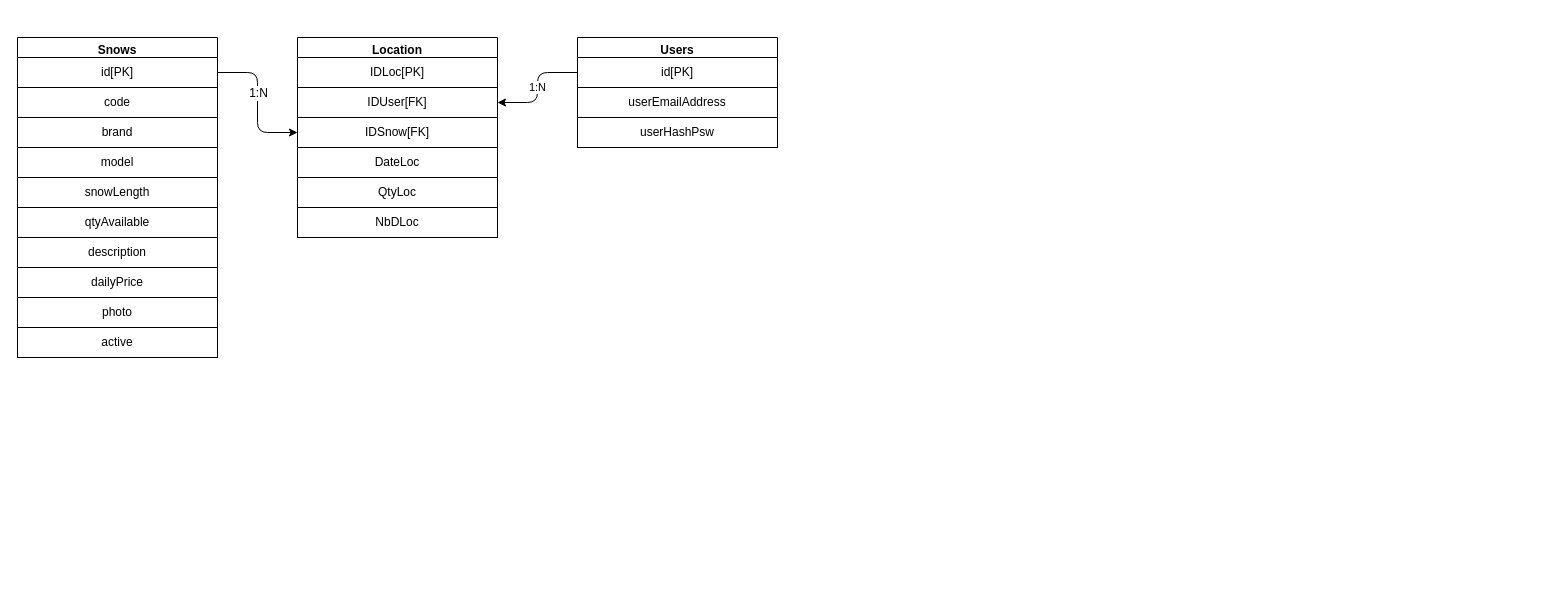
Above: Docu/Sprint 3/MCDLocation.drawio in Havachi/ProjetWEB-DB-LJACorp (draw.io), before the change. Source tidied: cells renumbered, new cells numbered last; positions are measured from the earlier drawing's top-left corner, leaving out a move shared by most shapes. Both pictures are drawn from the tidied source at 100%, with x=0, y=0 at pixel (17, 37).
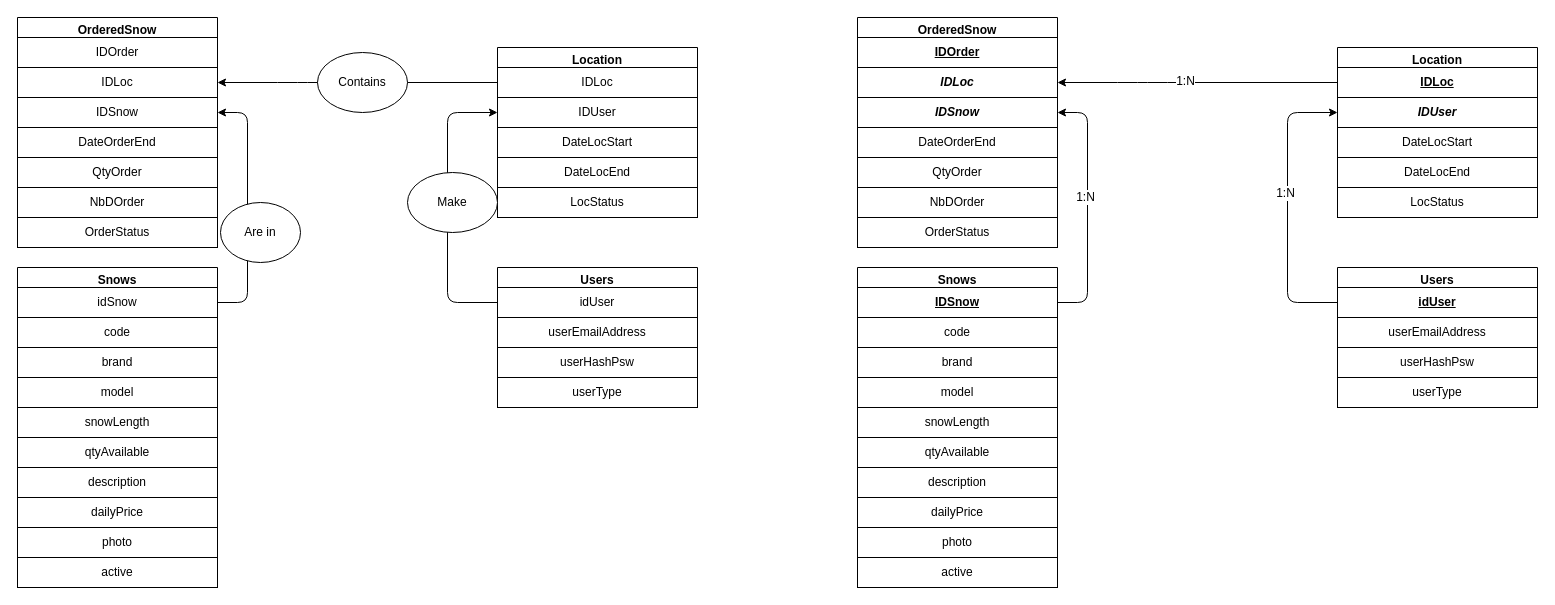
Above is the later version.

Commit message:
MCD-MLD ready for validation

The edit, as a diff of the source:
```diff
@@
     <mxCell id="2" value="Location" style="swimlane;" parent="1" vertex="1">
-      <mxGeometry x="280" width="200" height="200" as="geometry" />
+      <mxGeometry x="480" y="10" width="200" height="170" as="geometry" />
     </mxCell>
-    <mxCell id="3" value="IDLoc[PK]" style="rounded=0;whiteSpace=wrap;html=1;" parent="2" vertex="1">
+    <mxCell id="3" value="IDLoc" style="rounded=0;whiteSpace=wrap;html=1;" parent="2" vertex="1">
       <mxGeometry y="20" width="200" height="30" as="geometry" />
     </mxCell>
-    <mxCell id="4" value="IDUser[FK]" style="rounded=0;whiteSpace=wrap;html=1;" parent="2" vertex="1">
+    <mxCell id="4" value="IDUser" style="rounded=0;whiteSpace=wrap;html=1;" parent="2" vertex="1">
       <mxGeometry y="50" width="200" height="30" as="geometry" />
     </mxCell>
-    <mxCell id="5" value="IDSnow[FK]" style="rounded=0;whiteSpace=wrap;html=1;" parent="2" vertex="1">
-      <mxGeometry y="80" width="200" height="30" as="geometry" />
-    </mxCell>
-    <mxCell id="6" value="DateLoc" style="rounded=0;whiteSpace=wrap;html=1;" parent="2" vertex="1">
-      <mxGeometry y="110" width="200" height="30" as="geometry" />
-    </mxCell>
-    <mxCell id="7" value="QtyLoc" style="rounded=0;whiteSpace=wrap;html=1;" parent="2" vertex="1">
-      <mxGeometry y="140" width="200" height="30" as="geometry" />
-    </mxCell>
-    <mxCell id="8" value="NbDLoc" style="rounded=0;whiteSpace=wrap;html=1;" parent="2" vertex="1">
-      <mxGeometry y="170" width="200" height="30" as="geometry" />
-    </mxCell>
+    <mxCell id="27" value="LocStatus" style="rounded=0;whiteSpace=wrap;html=1;" parent="2" vertex="1">
+      <mxGeometry y="140" width="200" height="30" as="geometry" />
+    </mxCell>
+    <mxCell id="28" value="DateLocStart" style="rounded=0;whiteSpace=wrap;html=1;" parent="2" vertex="1">
+      <mxGeometry y="80" width="200" height="30" as="geometry" />
+    </mxCell>
+    <mxCell id="29" value="DateLocEnd" style="rounded=0;whiteSpace=wrap;html=1;" parent="2" vertex="1">
+      <mxGeometry y="110" width="200" height="30" as="geometry" />
+    </mxCell>
     <mxCell id="9" value="Snows" style="swimlane;" parent="1" vertex="1">
-      <mxGeometry width="200" height="320" as="geometry" />
+      <mxGeometry y="230" width="200" height="320" as="geometry" />
     </mxCell>
-    <mxCell id="10" value="id[PK]" style="rounded=0;whiteSpace=wrap;html=1;" parent="9" vertex="1">
+    <mxCell id="10" value="idSnow" style="rounded=0;whiteSpace=wrap;html=1;" parent="9" vertex="1">
       <mxGeometry y="20" width="200" height="30" as="geometry" />
     </mxCell>
@@
     <mxCell id="20" value="Users" style="swimlane;" parent="1" vertex="1">
-      <mxGeometry x="560" width="200" height="110" as="geometry" />
+      <mxGeometry x="480" y="230" width="200" height="140" as="geometry" />
     </mxCell>
-    <mxCell id="21" value="id[PK]" style="rounded=0;whiteSpace=wrap;html=1;" parent="20" vertex="1">
+    <mxCell id="21" value="idUser" style="rounded=0;whiteSpace=wrap;html=1;" parent="20" vertex="1">
       <mxGeometry y="20" width="200" height="30" as="geometry" />
     </mxCell>
@@
+    <mxCell id="30" value="userType" style="rounded=0;whiteSpace=wrap;html=1;" parent="20" vertex="1">
+      <mxGeometry y="110" width="200" height="30" as="geometry" />
+    </mxCell>
+    <mxCell id="31" value="OrderedSnow" style="swimlane;" parent="1" vertex="1">
+      <mxGeometry y="-20" width="200" height="230" as="geometry" />
+    </mxCell>
+    <mxCell id="8" value="NbDOrder" style="rounded=0;whiteSpace=wrap;html=1;" parent="31" vertex="1">
+      <mxGeometry y="170" width="200" height="30" as="geometry" />
+    </mxCell>
+    <mxCell id="7" value="QtyOrder" style="rounded=0;whiteSpace=wrap;html=1;" parent="31" vertex="1">
+      <mxGeometry y="140" width="200" height="30" as="geometry" />
+    </mxCell>
+    <mxCell id="6" value="DateOrderEnd" style="rounded=0;whiteSpace=wrap;html=1;" parent="31" vertex="1">
+      <mxGeometry y="110" width="200" height="30" as="geometry" />
+    </mxCell>
+    <mxCell id="5" value="IDSnow" style="rounded=0;whiteSpace=wrap;html=1;" parent="31" vertex="1">
+      <mxGeometry y="80" width="200" height="30" as="geometry" />
+    </mxCell>
+    <mxCell id="32" value="IDLoc" style="rounded=0;whiteSpace=wrap;html=1;" parent="31" vertex="1">
+      <mxGeometry y="50" width="200" height="30" as="geometry" />
+    </mxCell>
+    <mxCell id="33" value="IDOrder" style="rounded=0;whiteSpace=wrap;html=1;" parent="31" vertex="1">
+      <mxGeometry y="20" width="200" height="30" as="geometry" />
+    </mxCell>
+    <mxCell id="34" value="OrderStatus" style="rounded=0;whiteSpace=wrap;html=1;" parent="31" vertex="1">
+      <mxGeometry y="200" width="200" height="30" as="geometry" />
+    </mxCell>
-    <mxCell id="24" style="endArrow=classic;html=1;exitX=1;exitY=0.5;exitDx=0;exitDy=0;entryX=0;entryY=0.5;entryDx=0;entryDy=0;edgeStyle=orthogonalEdgeStyle;elbow=vertical;" parent="1" edge="1" source="10" target="5">
-      <mxGeometry relative="1" as="geometry" />
+    <mxCell id="24" style="endArrow=classic;html=1;exitX=1;exitY=0.5;exitDx=0;exitDy=0;entryX=1;entryY=0.5;entryDx=0;entryDy=0;" parent="1" edge="1" source="10" target="5">
+      <mxGeometry relative="1" as="geometry">
+        <Array as="points">
+          <mxPoint x="230" y="265" />
+          <mxPoint x="230" y="75" />
+        </Array>
+      </mxGeometry>
     </mxCell>
-    <mxCell id="25" value="1:N" style="text;html=1;align=center;verticalAlign=middle;labelBackgroundColor=#ffffff;" parent="24" vertex="1">
-      <mxGeometry x="-0.43" y="-7" relative="1" as="geometry">
-        <mxPoint x="7" y="20" as="offset" />
-      </mxGeometry>
-    </mxCell>
+    <mxCell id="35" style="endArrow=classic;html=1;exitX=0;exitY=0.5;exitDx=0;exitDy=0;entryX=1;entryY=0.5;entryDx=0;entryDy=0;" parent="1" edge="1" source="3" target="32">
+      <mxGeometry relative="1" as="geometry">
+        <Array as="points">
+          <mxPoint x="300" y="45" />
+          <mxPoint x="270" y="45" />
+        </Array>
+      </mxGeometry>
+    </mxCell>
-    <mxCell id="26" value="1:N" style="endArrow=classic;html=1;entryX=1;entryY=0.5;entryDx=0;entryDy=0;exitX=0;exitY=0.5;exitDx=0;exitDy=0;" parent="1" edge="1" source="21" target="4">
+    <mxCell id="26" style="endArrow=classic;html=1;exitX=0;exitY=0.5;exitDx=0;exitDy=0;entryX=0;entryY=0.5;entryDx=0;entryDy=0;" parent="1" edge="1" source="21" target="4">
       <mxGeometry relative="1" as="geometry">
         <Array as="points">
-          <mxPoint x="520" y="35" />
-          <mxPoint x="520" y="65" />
+          <mxPoint x="430" y="265" />
+          <mxPoint x="430" y="75" />
         </Array>
       </mxGeometry>
     </mxCell>
+    <mxCell id="36" value="Make" style="ellipse;whiteSpace=wrap;html=1;" parent="1" vertex="1">
+      <mxGeometry x="390" y="135" width="90" height="60" as="geometry" />
+    </mxCell>
+    <mxCell id="37" value="Contains" style="ellipse;whiteSpace=wrap;html=1;" parent="1" vertex="1">
+      <mxGeometry x="300" y="15" width="90" height="60" as="geometry" />
+    </mxCell>
+    <mxCell id="38" value="Are in" style="ellipse;whiteSpace=wrap;html=1;" parent="1" vertex="1">
+      <mxGeometry x="203" y="165" width="80" height="60" as="geometry" />
+    </mxCell>
+    <mxCell id="39" value="Location" style="swimlane;" parent="1" vertex="1">
+      <mxGeometry x="1320" y="10" width="200" height="170" as="geometry" />
+    </mxCell>
+    <mxCell id="40" value="&lt;b&gt;&lt;u&gt;IDLoc&lt;/u&gt;&lt;/b&gt;" style="rounded=0;whiteSpace=wrap;html=1;" parent="39" vertex="1">
+      <mxGeometry y="20" width="200" height="30" as="geometry" />
+    </mxCell>
+    <mxCell id="41" value="&lt;b&gt;&lt;i&gt;IDUser&lt;/i&gt;&lt;/b&gt;" style="rounded=0;whiteSpace=wrap;html=1;" parent="39" vertex="1">
+      <mxGeometry y="50" width="200" height="30" as="geometry" />
+    </mxCell>
+    <mxCell id="42" value="LocStatus" style="rounded=0;whiteSpace=wrap;html=1;" parent="39" vertex="1">
+      <mxGeometry y="140" width="200" height="30" as="geometry" />
+    </mxCell>
+    <mxCell id="43" value="DateLocStart" style="rounded=0;whiteSpace=wrap;html=1;" parent="39" vertex="1">
+      <mxGeometry y="80" width="200" height="30" as="geometry" />
+    </mxCell>
+    <mxCell id="44" value="DateLocEnd" style="rounded=0;whiteSpace=wrap;html=1;" parent="39" vertex="1">
+      <mxGeometry y="110" width="200" height="30" as="geometry" />
+    </mxCell>
+    <mxCell id="45" value="Snows" style="swimlane;" parent="1" vertex="1">
+      <mxGeometry x="840" y="230" width="200" height="320" as="geometry" />
+    </mxCell>
+    <mxCell id="46" value="&lt;b&gt;&lt;u&gt;IDSnow&lt;/u&gt;&lt;/b&gt;" style="rounded=0;whiteSpace=wrap;html=1;" parent="45" vertex="1">
+      <mxGeometry y="20" width="200" height="30" as="geometry" />
+    </mxCell>
+    <mxCell id="47" value="code" style="rounded=0;whiteSpace=wrap;html=1;" parent="45" vertex="1">
+      <mxGeometry y="50" width="200" height="30" as="geometry" />
+    </mxCell>
+    <mxCell id="48" value="brand" style="rounded=0;whiteSpace=wrap;html=1;" parent="45" vertex="1">
+      <mxGeometry y="80" width="200" height="30" as="geometry" />
+    </mxCell>
+    <mxCell id="49" value="model" style="rounded=0;whiteSpace=wrap;html=1;" parent="45" vertex="1">
+      <mxGeometry y="110" width="200" height="30" as="geometry" />
+    </mxCell>
+    <mxCell id="50" value="snowLength" style="rounded=0;whiteSpace=wrap;html=1;" parent="45" vertex="1">
+      <mxGeometry y="140" width="200" height="30" as="geometry" />
+    </mxCell>
+    <mxCell id="51" value="qtyAvailable" style="rounded=0;whiteSpace=wrap;html=1;" parent="45" vertex="1">
+      <mxGeometry y="170" width="200" height="30" as="geometry" />
+    </mxCell>
+    <mxCell id="52" value="description" style="rounded=0;whiteSpace=wrap;html=1;" parent="45" vertex="1">
+      <mxGeometry y="200" width="200" height="30" as="geometry" />
+    </mxCell>
+    <mxCell id="53" value="dailyPrice" style="rounded=0;whiteSpace=wrap;html=1;" parent="45" vertex="1">
+      <mxGeometry y="230" width="200" height="30" as="geometry" />
+    </mxCell>
+    <mxCell id="54" value="photo" style="rounded=0;whiteSpace=wrap;html=1;" parent="45" vertex="1">
+      <mxGeometry y="260" width="200" height="30" as="geometry" />
+    </mxCell>
+    <mxCell id="55" value="active" style="rounded=0;whiteSpace=wrap;html=1;" parent="45" vertex="1">
+      <mxGeometry y="290" width="200" height="30" as="geometry" />
+    </mxCell>
+    <mxCell id="56" value="Users" style="swimlane;" parent="1" vertex="1">
+      <mxGeometry x="1320" y="230" width="200" height="140" as="geometry" />
+    </mxCell>
+    <mxCell id="57" value="&lt;u&gt;&lt;b&gt;idUser&lt;/b&gt;&lt;/u&gt;" style="rounded=0;whiteSpace=wrap;html=1;" parent="56" vertex="1">
+      <mxGeometry y="20" width="200" height="30" as="geometry" />
+    </mxCell>
+    <mxCell id="58" value="userEmailAddress" style="rounded=0;whiteSpace=wrap;html=1;" parent="56" vertex="1">
+      <mxGeometry y="50" width="200" height="30" as="geometry" />
+    </mxCell>
+    <mxCell id="59" value="userHashPsw" style="rounded=0;whiteSpace=wrap;html=1;" parent="56" vertex="1">
+      <mxGeometry y="80" width="200" height="30" as="geometry" />
+    </mxCell>
+    <mxCell id="60" value="userType" style="rounded=0;whiteSpace=wrap;html=1;" parent="56" vertex="1">
+      <mxGeometry y="110" width="200" height="30" as="geometry" />
+    </mxCell>
+    <mxCell id="61" value="OrderedSnow" style="swimlane;" parent="1" vertex="1">
+      <mxGeometry x="840" y="-20" width="200" height="230" as="geometry" />
+    </mxCell>
+    <mxCell id="62" value="NbDOrder" style="rounded=0;whiteSpace=wrap;html=1;" parent="61" vertex="1">
+      <mxGeometry y="170" width="200" height="30" as="geometry" />
+    </mxCell>
+    <mxCell id="63" value="QtyOrder" style="rounded=0;whiteSpace=wrap;html=1;" parent="61" vertex="1">
+      <mxGeometry y="140" width="200" height="30" as="geometry" />
+    </mxCell>
+    <mxCell id="64" value="DateOrderEnd" style="rounded=0;whiteSpace=wrap;html=1;" parent="61" vertex="1">
+      <mxGeometry y="110" width="200" height="30" as="geometry" />
+    </mxCell>
+    <mxCell id="65" value="&lt;b&gt;&lt;i&gt;IDSnow&lt;/i&gt;&lt;/b&gt;" style="rounded=0;whiteSpace=wrap;html=1;" parent="61" vertex="1">
+      <mxGeometry y="80" width="200" height="30" as="geometry" />
+    </mxCell>
+    <mxCell id="66" value="&lt;b&gt;&lt;i&gt;IDLoc&lt;/i&gt;&lt;/b&gt;" style="rounded=0;whiteSpace=wrap;html=1;" parent="61" vertex="1">
+      <mxGeometry y="50" width="200" height="30" as="geometry" />
+    </mxCell>
+    <mxCell id="67" value="&lt;u&gt;&lt;b&gt;IDOrder&lt;/b&gt;&lt;/u&gt;" style="rounded=0;whiteSpace=wrap;html=1;" parent="61" vertex="1">
+      <mxGeometry y="20" width="200" height="30" as="geometry" />
+    </mxCell>
+    <mxCell id="68" value="OrderStatus" style="rounded=0;whiteSpace=wrap;html=1;" parent="61" vertex="1">
+      <mxGeometry y="200" width="200" height="30" as="geometry" />
+    </mxCell>
+    <mxCell id="69" style="endArrow=classic;html=1;exitX=1;exitY=0.5;exitDx=0;exitDy=0;entryX=1;entryY=0.5;entryDx=0;entryDy=0;" parent="1" edge="1" source="46" target="65">
+      <mxGeometry relative="1" as="geometry">
+        <Array as="points">
+          <mxPoint x="1070" y="265" />
+          <mxPoint x="1070" y="75" />
+        </Array>
+      </mxGeometry>
+    </mxCell>
+    <mxCell id="70" value="1:N" style="text;html=1;align=center;verticalAlign=middle;labelBackgroundColor=#ffffff;" parent="69" vertex="1">
+      <mxGeometry x="0.09" y="3" relative="1" as="geometry" />
+    </mxCell>
+    <mxCell id="71" style="endArrow=classic;html=1;exitX=0;exitY=0.5;exitDx=0;exitDy=0;entryX=1;entryY=0.5;entryDx=0;entryDy=0;" parent="1" edge="1" source="40" target="66">
+      <mxGeometry relative="1" as="geometry">
+        <Array as="points">
+          <mxPoint x="1140" y="45" />
+          <mxPoint x="1110" y="45" />
+        </Array>
+      </mxGeometry>
+    </mxCell>
+    <mxCell id="72" value="1:N" style="text;html=1;align=center;verticalAlign=middle;labelBackgroundColor=#ffffff;" parent="71" vertex="1">
+      <mxGeometry x="0.29" y="-28" relative="1" as="geometry">
+        <mxPoint x="28" y="26" as="offset" />
+      </mxGeometry>
+    </mxCell>
+    <mxCell id="73" style="endArrow=classic;html=1;exitX=0;exitY=0.5;exitDx=0;exitDy=0;entryX=0;entryY=0.5;entryDx=0;entryDy=0;" parent="1" edge="1" source="57" target="41">
+      <mxGeometry relative="1" as="geometry">
+        <Array as="points">
+          <mxPoint x="1270" y="265" />
+          <mxPoint x="1270" y="75" />
+        </Array>
+      </mxGeometry>
+    </mxCell>
+    <mxCell id="74" value="1:N" style="text;html=1;align=center;verticalAlign=middle;labelBackgroundColor=#ffffff;" parent="73" vertex="1">
+      <mxGeometry x="0.1" y="3" relative="1" as="geometry" />
+    </mxCell>
```
